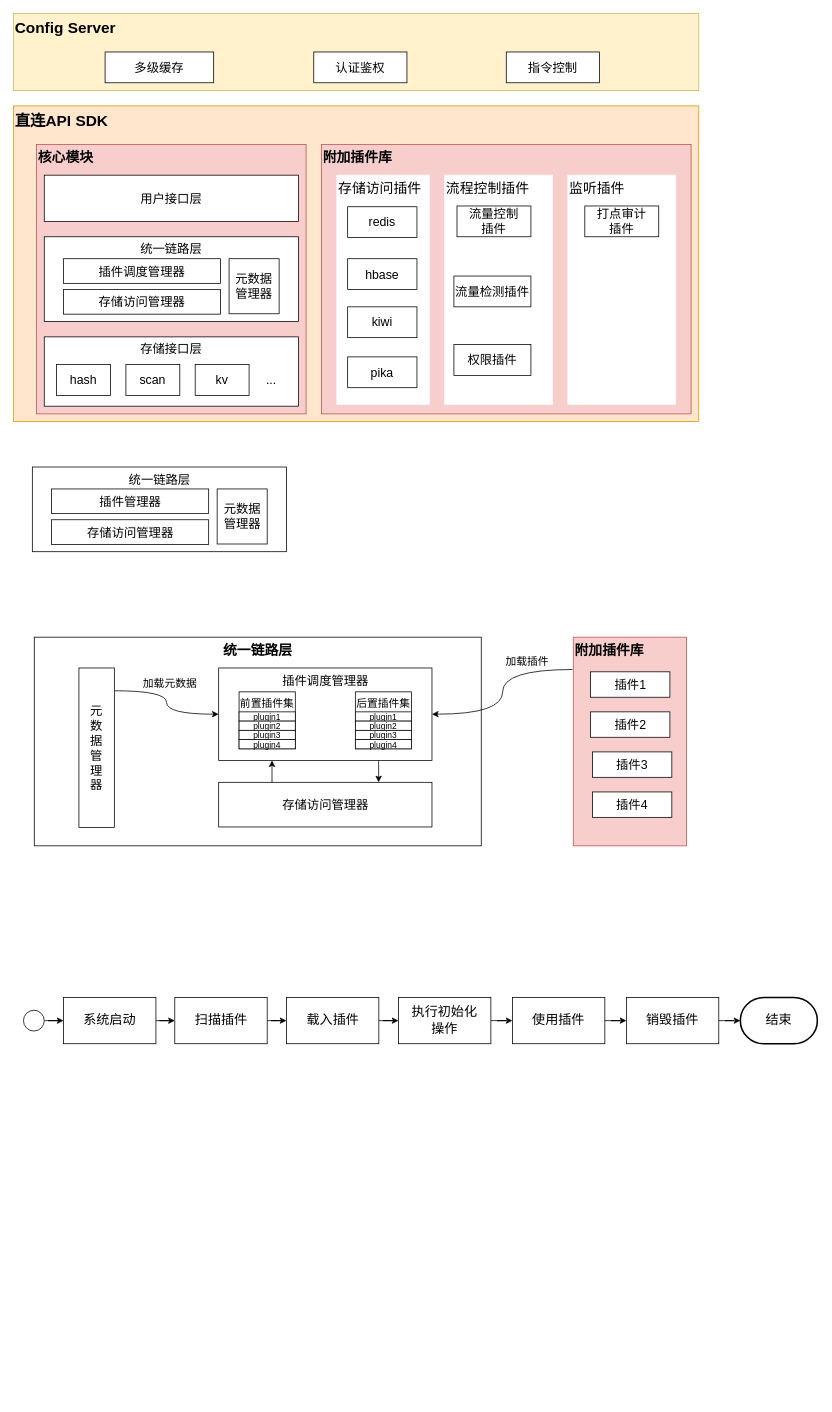
Earlier version of the draw.io diagram 多模块设计.drawio (FlyThroughAir/DrawHere). Source tidied: cells renumbered, new cells numbered last; positions are measured from the earlier drawing's top-left corner, leaving out a move shared by most shapes. Both pictures are drawn from the tidied source at 77%, with x=0, y=0 at pixel (13, 13).
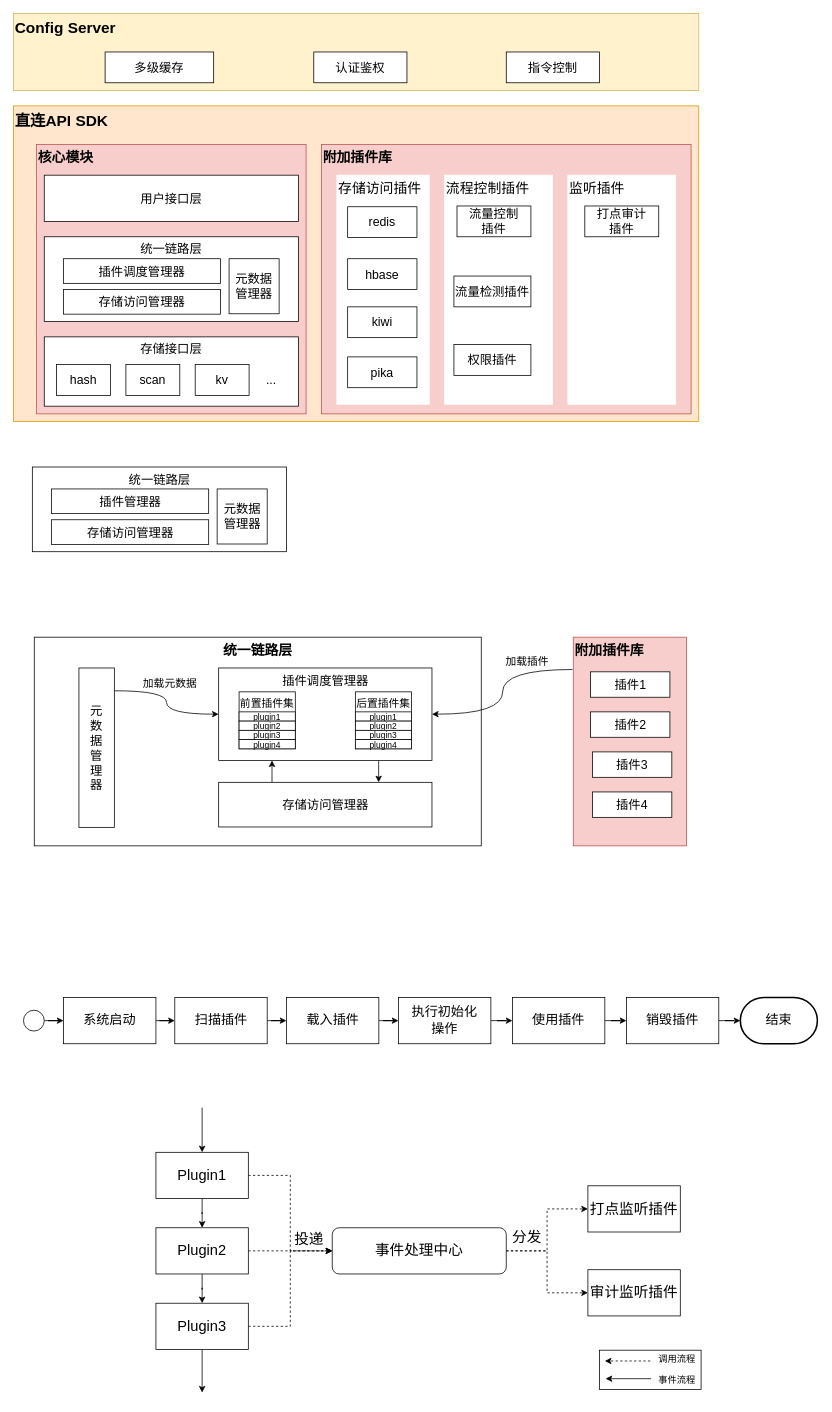
After the change.

Commit message:
Update 多模块设计.drawio

What changed in the source:
```diff
@@
+    <mxCell id="74" value="打点监听插件" style="rounded=0;whiteSpace=wrap;html=1;fontSize=19;" parent="1" vertex="1">
+      <mxGeometry x="746" y="1522.5" width="120" height="60" as="geometry" />
+    </mxCell>
+    <mxCell id="75" value="审计监听插件" style="rounded=0;whiteSpace=wrap;html=1;fontSize=19;" parent="1" vertex="1">
+      <mxGeometry x="746" y="1631.5" width="120" height="60" as="geometry" />
+    </mxCell>
+    <mxCell id="76" style="edgeStyle=orthogonalEdgeStyle;rounded=0;jettySize=auto;html=1;entryX=0.5;entryY=0;entryDx=0;entryDy=0;fontSize=19;" parent="1" edge="1" source="79" target="82">
+      <mxGeometry relative="1" as="geometry" />
+    </mxCell>
+    <mxCell id="77" style="edgeStyle=orthogonalEdgeStyle;rounded=0;jettySize=auto;html=1;endArrow=none;endFill=0;startArrow=classic;startFill=1;fontSize=19;" parent="1" edge="1" source="79">
+      <mxGeometry relative="1" as="geometry">
+        <mxPoint x="245" y="1421" as="targetPoint" />
+      </mxGeometry>
+    </mxCell>
+    <mxCell id="78" style="edgeStyle=orthogonalEdgeStyle;rounded=0;jettySize=auto;html=1;entryX=0;entryY=0.5;entryDx=0;entryDy=0;startArrow=none;startFill=0;endArrow=classic;endFill=1;fontSize=19;dashed=1;" parent="1" edge="1" source="79" target="88">
+      <mxGeometry relative="1" as="geometry" />
+    </mxCell>
+    <mxCell id="79" value="Plugin1" style="rounded=0;whiteSpace=wrap;html=1;fontSize=19;" parent="1" vertex="1">
+      <mxGeometry x="185" y="1479" width="120" height="60" as="geometry" />
+    </mxCell>
+    <mxCell id="80" style="edgeStyle=orthogonalEdgeStyle;rounded=0;jettySize=auto;html=1;entryX=0.5;entryY=0;entryDx=0;entryDy=0;fontSize=19;" parent="1" edge="1" source="82" target="85">
+      <mxGeometry relative="1" as="geometry" />
+    </mxCell>
+    <mxCell id="81" style="edgeStyle=orthogonalEdgeStyle;rounded=0;jettySize=auto;html=1;entryX=0;entryY=0.5;entryDx=0;entryDy=0;startArrow=none;startFill=0;endArrow=classic;endFill=1;fontSize=19;dashed=1;" parent="1" edge="1" source="82" target="88">
+      <mxGeometry relative="1" as="geometry" />
+    </mxCell>
+    <mxCell id="82" value="Plugin2" style="rounded=0;whiteSpace=wrap;html=1;fontSize=19;" parent="1" vertex="1">
+      <mxGeometry x="185" y="1577" width="120" height="60" as="geometry" />
+    </mxCell>
+    <mxCell id="83" style="edgeStyle=orthogonalEdgeStyle;rounded=0;jettySize=auto;html=1;fontSize=19;" parent="1" edge="1" source="85">
+      <mxGeometry relative="1" as="geometry">
+        <mxPoint x="245" y="1791" as="targetPoint" />
+      </mxGeometry>
+    </mxCell>
+    <mxCell id="84" style="edgeStyle=orthogonalEdgeStyle;rounded=0;jettySize=auto;html=1;entryX=0;entryY=0.5;entryDx=0;entryDy=0;startArrow=none;startFill=0;endArrow=classic;endFill=1;fontSize=19;dashed=1;" parent="1" edge="1" source="85" target="88">
+      <mxGeometry relative="1" as="geometry" />
+    </mxCell>
+    <mxCell id="85" value="Plugin3" style="rounded=0;whiteSpace=wrap;html=1;fontSize=19;" parent="1" vertex="1">
+      <mxGeometry x="185" y="1675" width="120" height="60" as="geometry" />
+    </mxCell>
+    <mxCell id="86" style="edgeStyle=orthogonalEdgeStyle;rounded=0;jettySize=auto;html=1;entryX=0;entryY=0.5;entryDx=0;entryDy=0;startArrow=none;startFill=0;endArrow=classic;endFill=1;fontSize=19;dashed=1;" parent="1" edge="1" source="88" target="74">
+      <mxGeometry relative="1" as="geometry" />
+    </mxCell>
+    <mxCell id="87" style="edgeStyle=orthogonalEdgeStyle;rounded=0;jettySize=auto;html=1;entryX=0;entryY=0.5;entryDx=0;entryDy=0;startArrow=none;startFill=0;endArrow=classic;endFill=1;fontSize=19;dashed=1;" parent="1" edge="1" source="88" target="75">
+      <mxGeometry relative="1" as="geometry" />
+    </mxCell>
+    <mxCell id="88" value="事件处理中心" style="rounded=1;whiteSpace=wrap;html=1;fontSize=19;" parent="1" vertex="1">
+      <mxGeometry x="414" y="1577" width="226" height="60" as="geometry" />
+    </mxCell>
+    <mxCell id="89" value="分发" style="text;html=1;strokeColor=none;fillColor=none;align=center;verticalAlign=middle;whiteSpace=wrap;rounded=0;fontSize=19;" parent="1" vertex="1">
+      <mxGeometry x="637" y="1575" width="60" height="30" as="geometry" />
+    </mxCell>
+    <mxCell id="90" value="投递" style="text;html=1;strokeColor=none;fillColor=none;align=center;verticalAlign=middle;whiteSpace=wrap;rounded=0;fontSize=19;" parent="1" vertex="1">
+      <mxGeometry x="354" y="1577" width="60" height="30" as="geometry" />
+    </mxCell>
+    <mxCell id="91" style="rounded=0;whiteSpace=wrap;html=1;" parent="1" vertex="1">
+      <mxGeometry x="761" y="1736" width="132" height="51" as="geometry" />
+    </mxCell>
+    <mxCell id="92" style="endArrow=classic;html=1;rounded=0;dashed=1;strokeColor=#000000;" parent="1" edge="1">
+      <mxGeometry relative="1" as="geometry">
+        <mxPoint x="827" y="1750" as="sourcePoint" />
+        <mxPoint x="768" y="1750" as="targetPoint" />
+      </mxGeometry>
+    </mxCell>
+    <mxCell id="93" style="endArrow=classic;html=1;rounded=0;strokeColor=#000000;" parent="1" edge="1">
+      <mxGeometry relative="1" as="geometry">
+        <mxPoint x="828" y="1773" as="sourcePoint" />
+        <mxPoint x="769" y="1773" as="targetPoint" />
+      </mxGeometry>
+    </mxCell>
+    <mxCell id="94" value="调用流程" style="text;html=1;strokeColor=none;fillColor=none;align=center;verticalAlign=middle;whiteSpace=wrap;rounded=0;" parent="1" vertex="1">
+      <mxGeometry x="832" y="1733" width="60" height="30" as="geometry" />
+    </mxCell>
+    <mxCell id="95" value="事件流程" style="text;html=1;strokeColor=none;fillColor=none;align=center;verticalAlign=middle;whiteSpace=wrap;rounded=0;" parent="1" vertex="1">
+      <mxGeometry x="832" y="1760" width="60" height="30" as="geometry" />
+    </mxCell>
```
